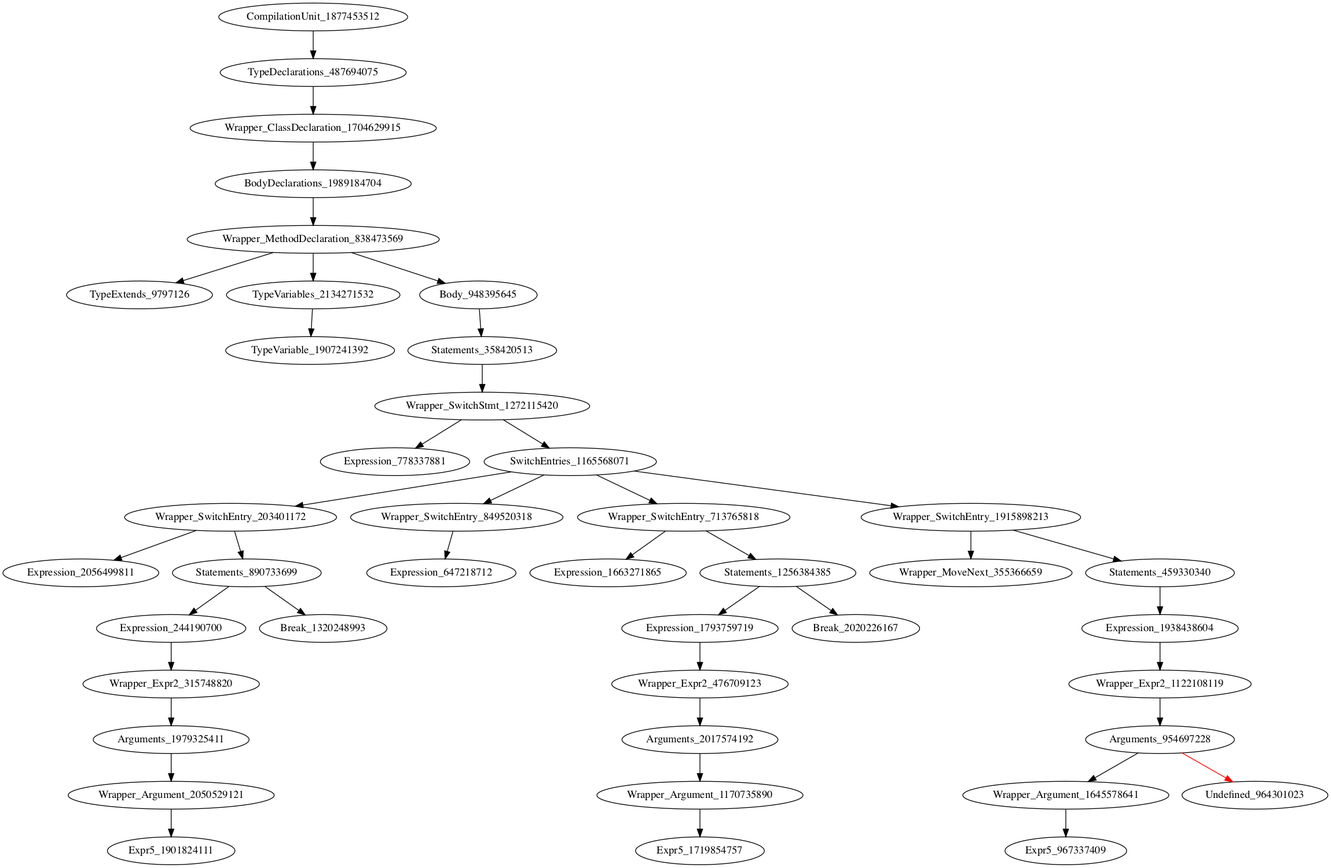
The Graphviz diagram holeAST.png in icse2023material/VoiceJava, before a commit. Its source is kept beside it as holeAST.dot.
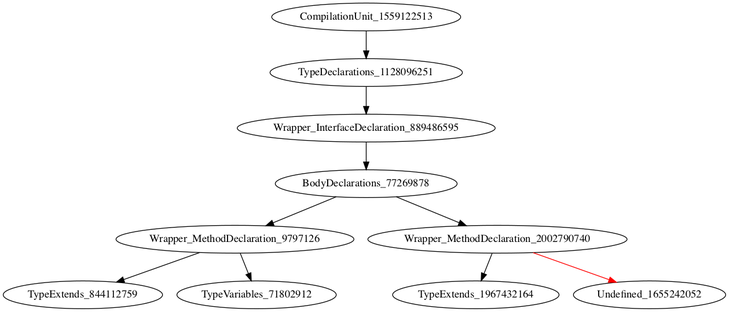
Above is the later version.

Change to the diagram source:
```diff
@@ -1,43 +1,11 @@
 digraph {
-CompilationUnit_1877453512 -> TypeDeclarations_487694075
-TypeDeclarations_487694075 -> Wrapper_ClassDeclaration_1704629915
-Wrapper_ClassDeclaration_1704629915 -> BodyDeclarations_1989184704
-BodyDeclarations_1989184704 -> Wrapper_MethodDeclaration_838473569
-Wrapper_MethodDeclaration_838473569 -> TypeExtends_9797126
-Wrapper_MethodDeclaration_838473569 -> TypeVariables_2134271532
-Wrapper_MethodDeclaration_838473569 -> Body_948395645
-TypeVariables_2134271532 -> TypeVariable_1907241392
-Body_948395645 -> Statements_358420513
-Statements_358420513 -> Wrapper_SwitchStmt_1272115420
-Wrapper_SwitchStmt_1272115420 -> Expression_778337881
-Wrapper_SwitchStmt_1272115420 -> SwitchEntries_1165568071
-SwitchEntries_1165568071 -> Wrapper_SwitchEntry_203401172
-SwitchEntries_1165568071 -> Wrapper_SwitchEntry_849520318
-SwitchEntries_1165568071 -> Wrapper_SwitchEntry_713765818
-SwitchEntries_1165568071 -> Wrapper_SwitchEntry_1915898213
-Wrapper_SwitchEntry_203401172 -> Expression_2056499811
-Wrapper_SwitchEntry_203401172 -> Statements_890733699
-Wrapper_SwitchEntry_849520318 -> Expression_647218712
-Wrapper_SwitchEntry_713765818 -> Expression_1663271865
-Wrapper_SwitchEntry_713765818 -> Statements_1256384385
-Wrapper_SwitchEntry_1915898213 -> Wrapper_MoveNext_355366659
-Wrapper_SwitchEntry_1915898213 -> Statements_459330340
-Statements_890733699 -> Expression_244190700
-Statements_890733699 -> Break_1320248993
-Statements_1256384385 -> Expression_1793759719
-Statements_1256384385 -> Break_2020226167
-Statements_459330340 -> Expression_1938438604
-Expression_244190700 -> Wrapper_Expr2_315748820
-Expression_1793759719 -> Wrapper_Expr2_476709123
-Expression_1938438604 -> Wrapper_Expr2_1122108119
-Wrapper_Expr2_315748820 -> Arguments_1979325411
-Wrapper_Expr2_476709123 -> Arguments_2017574192
-Wrapper_Expr2_1122108119 -> Arguments_954697228
-Arguments_1979325411 -> Wrapper_Argument_2050529121
-Arguments_2017574192 -> Wrapper_Argument_1170735890
-Arguments_954697228 -> Wrapper_Argument_1645578641
-Arguments_954697228 -> Undefined_964301023 [color = red]
-Wrapper_Argument_2050529121 -> Expr5_1901824111
-Wrapper_Argument_1170735890 -> Expr5_1719854757
-Wrapper_Argument_1645578641 -> Expr5_967337409
+CompilationUnit_1559122513 -> TypeDeclarations_1128096251
+TypeDeclarations_1128096251 -> Wrapper_InterfaceDeclaration_889486595
+Wrapper_InterfaceDeclaration_889486595 -> BodyDeclarations_77269878
+BodyDeclarations_77269878 -> Wrapper_MethodDeclaration_9797126
+BodyDeclarations_77269878 -> Wrapper_MethodDeclaration_2002790740
+Wrapper_MethodDeclaration_9797126 -> TypeExtends_844112759
+Wrapper_MethodDeclaration_9797126 -> TypeVariables_71802912
+Wrapper_MethodDeclaration_2002790740 -> TypeExtends_1967432164
+Wrapper_MethodDeclaration_2002790740 -> Undefined_1655242052 [color = red]
 }
```
